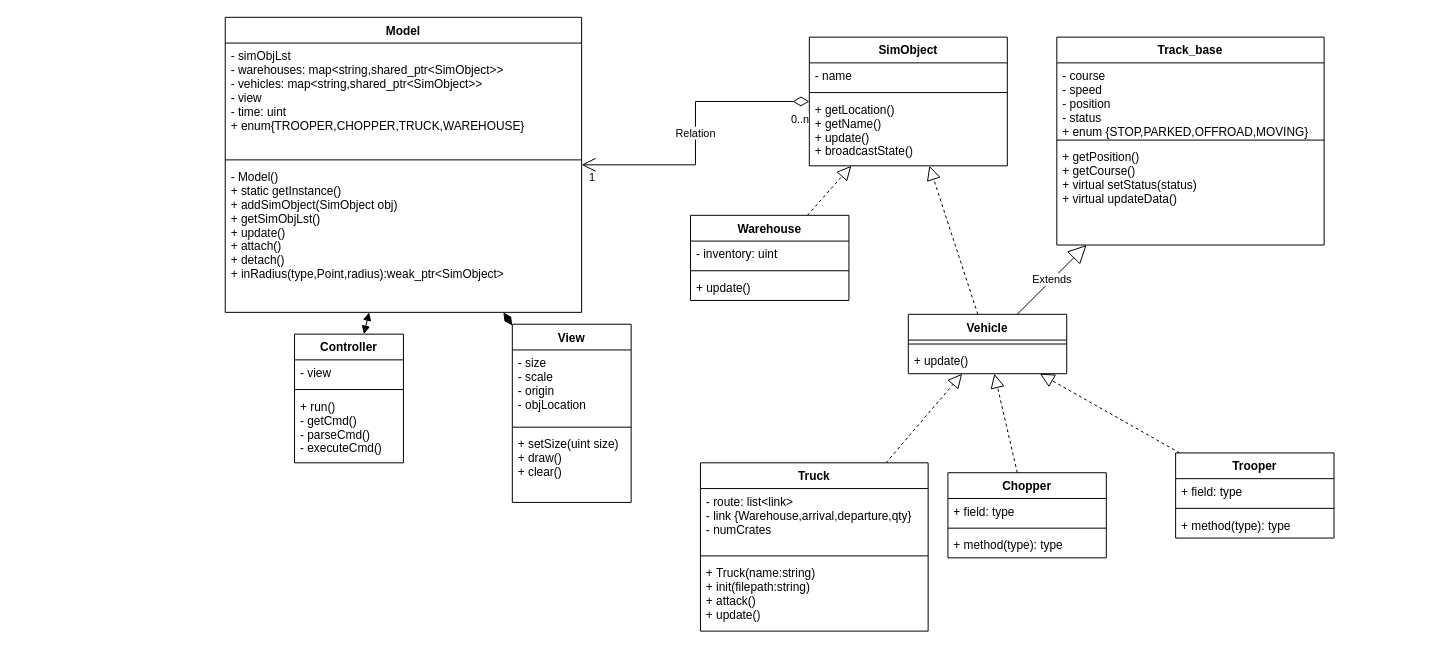
Above: AdvancedCpp EX3.drawio in itai953/HW3 (draw.io), before the change. Source tidied: cells renumbered, new cells numbered last; positions are measured from the earlier drawing's top-left corner, leaving out a move shared by most shapes. Both pictures are drawn from the tidied source at 99%, with x=0, y=0 at pixel (225, 17).
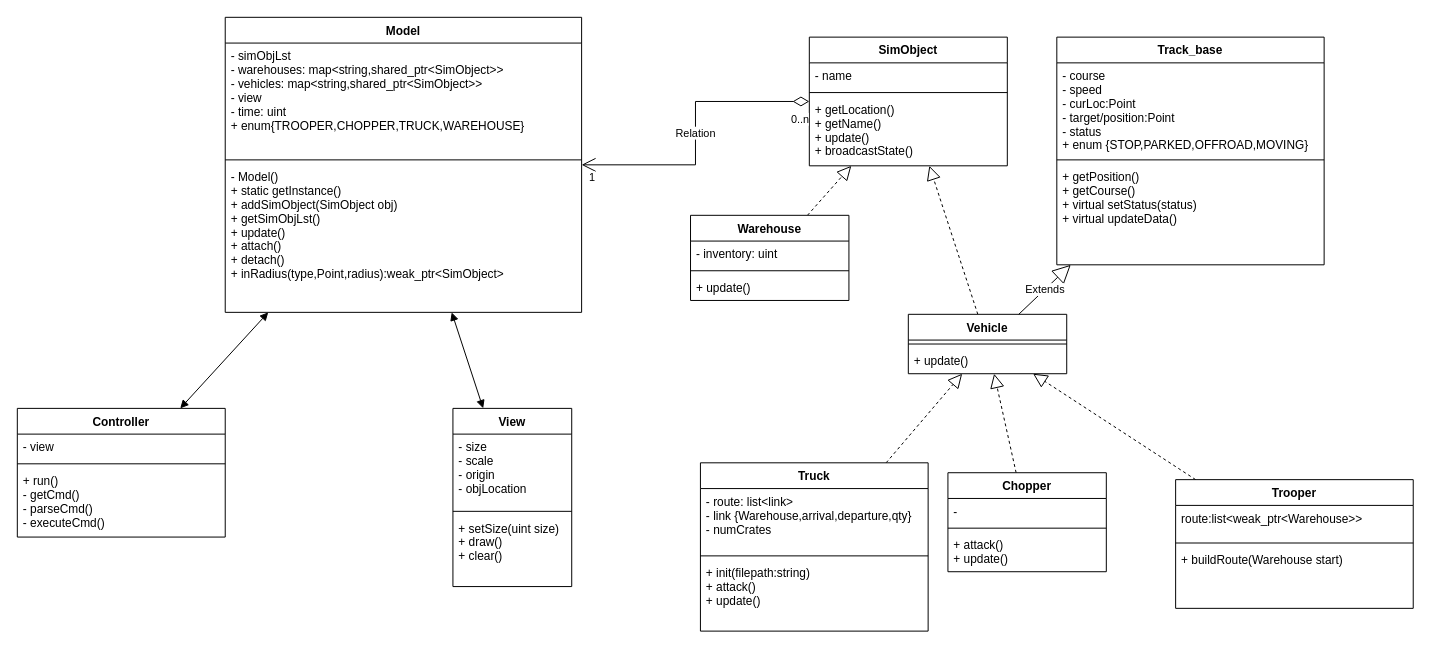
The same diagram, later.

The change refers to these unchanged cells:
```xml
<mxCell id="40" value="Truck" style="swimlane;fontStyle=1;align=center;verticalAlign=top;horizontal=1;startSize=26;" parent="1" vertex="1">
  <mxGeometry x="480" y="450" width="230" height="170" as="geometry" />
</mxCell>
```

The edit, as a diff of the source:
```diff
@@
     <mxCell id="7" value="Controller" style="swimlane;fontStyle=1;align=center;verticalAlign=top;horizontal=1;startSize=26;" parent="1" vertex="1">
-      <mxGeometry x="70" y="320" width="110" height="130" as="geometry" />
+      <mxGeometry x="-210" y="395" width="210" height="130" as="geometry" />
     </mxCell>
     <mxCell id="8" value="- view" style="text;strokeColor=none;fillColor=none;align=left;verticalAlign=top;spacingLeft=4;spacingRight=4;overflow=hidden;" parent="7" vertex="1">
-      <mxGeometry y="26" width="110" height="26" as="geometry" />
+      <mxGeometry y="26" width="210" height="26" as="geometry" />
     </mxCell>
     <mxCell id="9" style="line;strokeWidth=1;fillColor=none;align=left;verticalAlign=middle;spacingTop=-1;spacingLeft=3;spacingRight=3;labelPosition=right;" parent="7" vertex="1">
-      <mxGeometry y="52" width="110" height="8" as="geometry" />
+      <mxGeometry y="52" width="210" height="8" as="geometry" />
     </mxCell>
     <mxCell id="10" value="+ run()&#10;- getCmd()&#10;- parseCmd()&#10;- executeCmd()" style="text;strokeColor=none;fillColor=none;align=left;verticalAlign=top;spacingLeft=4;spacingRight=4;overflow=hidden;" parent="7" vertex="1">
-      <mxGeometry y="60" width="110" height="70" as="geometry" />
+      <mxGeometry y="60" width="210" height="70" as="geometry" />
     </mxCell>
@@
     <mxCell id="12" value="View" style="swimlane;fontStyle=1;align=center;verticalAlign=top;horizontal=1;startSize=26;" parent="1" vertex="1">
-      <mxGeometry x="290" y="310" width="120" height="180" as="geometry" />
+      <mxGeometry x="230" y="395" width="120" height="180" as="geometry" />
     </mxCell>
@@
     <mxCell id="33" value="Track_base" style="swimlane;fontStyle=1;align=center;verticalAlign=top;horizontal=1;startSize=26;" parent="1" vertex="1">
-      <mxGeometry x="840" y="20" width="270" height="210" as="geometry" />
+      <mxGeometry x="840" y="20" width="270" height="230" as="geometry" />
     </mxCell>
-    <mxCell id="34" value="- course&#10;- speed&#10;- position&#10;- status&#10;+ enum {STOP,PARKED,OFFROAD,MOVING}" style="text;strokeColor=none;fillColor=none;align=left;verticalAlign=top;spacingLeft=4;spacingRight=4;overflow=hidden;" parent="33" vertex="1">
-      <mxGeometry y="26" width="270" height="74" as="geometry" />
+    <mxCell id="34" value="- course&#10;- speed&#10;- curLoc:Point&#10;- target/position:Point&#10;- status&#10;+ enum {STOP,PARKED,OFFROAD,MOVING}" style="text;strokeColor=none;fillColor=none;align=left;verticalAlign=top;spacingLeft=4;spacingRight=4;overflow=hidden;" parent="33" vertex="1">
+      <mxGeometry y="26" width="270" height="94" as="geometry" />
     </mxCell>
     <mxCell id="35" style="line;strokeWidth=1;fillColor=none;align=left;verticalAlign=middle;spacingTop=-1;spacingLeft=3;spacingRight=3;labelPosition=right;" parent="33" vertex="1">
-      <mxGeometry y="100" width="270" height="8" as="geometry" />
+      <mxGeometry y="120" width="270" height="8" as="geometry" />
     </mxCell>
     <mxCell id="36" value="+ getPosition()&#10;+ getCourse()&#10;+ virtual setStatus(status)&#10;+ virtual updateData()" style="text;strokeColor=none;fillColor=none;align=left;verticalAlign=top;spacingLeft=4;spacingRight=4;overflow=hidden;" parent="33" vertex="1">
-      <mxGeometry y="108" width="270" height="102" as="geometry" />
+      <mxGeometry y="128" width="270" height="102" as="geometry" />
     </mxCell>
@@
-    <mxCell id="43" value="+ Truck(name:string)&#10;+ init(filepath:string)&#10;+ attack()&#10;+ update()" style="text;strokeColor=none;fillColor=none;align=left;verticalAlign=top;spacingLeft=4;spacingRight=4;overflow=hidden;" parent="40" vertex="1">
+    <mxCell id="43" value="+ init(filepath:string)&#10;+ attack()&#10;+ update()" style="text;strokeColor=none;fillColor=none;align=left;verticalAlign=top;spacingLeft=4;spacingRight=4;overflow=hidden;" parent="40" vertex="1">
       <mxGeometry y="98" width="230" height="72" as="geometry" />
     </mxCell>
     <mxCell id="44" value="Trooper" style="swimlane;fontStyle=1;align=center;verticalAlign=top;horizontal=1;startSize=26;" parent="1" vertex="1">
-      <mxGeometry x="960" y="440" width="160" height="86" as="geometry" />
+      <mxGeometry x="960" y="467" width="240" height="130" as="geometry" />
     </mxCell>
-    <mxCell id="45" value="+ field: type" style="text;strokeColor=none;fillColor=none;align=left;verticalAlign=top;spacingLeft=4;spacingRight=4;overflow=hidden;" parent="44" vertex="1">
-      <mxGeometry y="26" width="160" height="26" as="geometry" />
+    <mxCell id="45" value="route:list&lt;weak_ptr&lt;Warehouse&gt;&gt;" style="text;strokeColor=none;fillColor=none;align=left;verticalAlign=top;spacingLeft=4;spacingRight=4;overflow=hidden;" parent="44" vertex="1">
+      <mxGeometry y="26" width="240" height="34" as="geometry" />
     </mxCell>
     <mxCell id="46" style="line;strokeWidth=1;fillColor=none;align=left;verticalAlign=middle;spacingTop=-1;spacingLeft=3;spacingRight=3;labelPosition=right;" parent="44" vertex="1">
-      <mxGeometry y="52" width="160" height="8" as="geometry" />
+      <mxGeometry y="60" width="240" height="8" as="geometry" />
     </mxCell>
-    <mxCell id="47" value="+ method(type): type" style="text;strokeColor=none;fillColor=none;align=left;verticalAlign=top;spacingLeft=4;spacingRight=4;overflow=hidden;" parent="44" vertex="1">
-      <mxGeometry y="60" width="160" height="26" as="geometry" />
+    <mxCell id="47" value="+ buildRoute(Warehouse start)&#10;" style="text;strokeColor=none;fillColor=none;align=left;verticalAlign=top;spacingLeft=4;spacingRight=4;overflow=hidden;" parent="44" vertex="1">
+      <mxGeometry y="68" width="240" height="62" as="geometry" />
     </mxCell>
     <mxCell id="48" value="Chopper" style="swimlane;fontStyle=1;align=center;verticalAlign=top;horizontal=1;startSize=26;" parent="1" vertex="1">
-      <mxGeometry x="730" y="460" width="160" height="86" as="geometry" />
+      <mxGeometry x="730" y="460" width="160" height="100" as="geometry" />
     </mxCell>
-    <mxCell id="49" value="+ field: type" style="text;strokeColor=none;fillColor=none;align=left;verticalAlign=top;spacingLeft=4;spacingRight=4;overflow=hidden;" parent="48" vertex="1">
+    <mxCell id="49" value="- " style="text;strokeColor=none;fillColor=none;align=left;verticalAlign=top;spacingLeft=4;spacingRight=4;overflow=hidden;" parent="48" vertex="1">
       <mxGeometry y="26" width="160" height="26" as="geometry" />
     </mxCell>
@@
-    <mxCell id="51" value="+ method(type): type" style="text;strokeColor=none;fillColor=none;align=left;verticalAlign=top;spacingLeft=4;spacingRight=4;overflow=hidden;" parent="48" vertex="1">
-      <mxGeometry y="60" width="160" height="26" as="geometry" />
+    <mxCell id="51" value="+ attack()&#10;+ update()" style="text;strokeColor=none;fillColor=none;align=left;verticalAlign=top;spacingLeft=4;spacingRight=4;overflow=hidden;" parent="48" vertex="1">
+      <mxGeometry y="60" width="160" height="40" as="geometry" />
     </mxCell>
```
